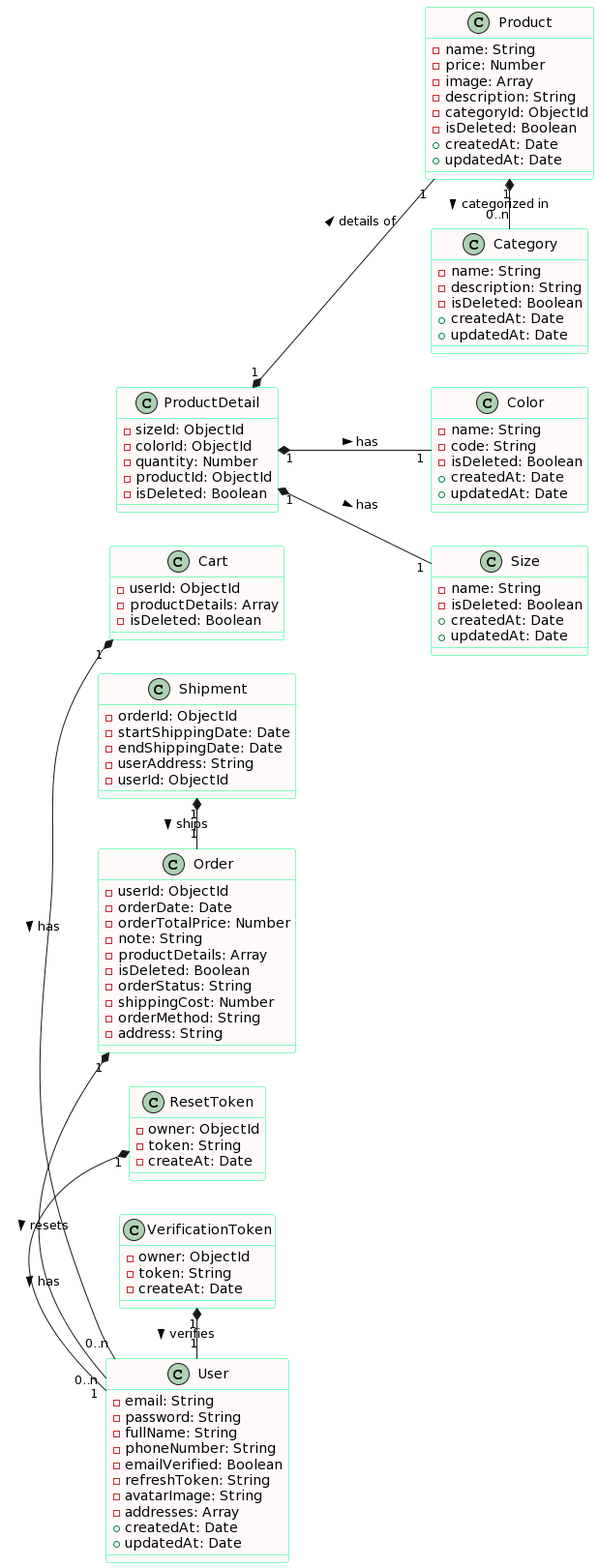
The PlantUML diagram Lab1/Lab1_2/ClassDiagrams/class_diagram.png in PhuocTri0106and1608/SE357-Pratice-class, before a commit. The source it was exported from:
```plantuml
@startuml
left to right direction

class Cart {
    -userId: ObjectId
    -productDetails: Array
    -isDeleted: Boolean
}

class Category {
    -name: String
    -description: String
    -isDeleted: Boolean
    +createdAt: Date
    +updatedAt: Date
}

class Color {
    -name: String
    -code: String
    -isDeleted: Boolean
    +createdAt: Date
    +updatedAt: Date
}

class Order {
    -userId: ObjectId
    -orderDate: Date
    -orderTotalPrice: Number
    -note: String
    -productDetails: Array
    -isDeleted: Boolean
    -orderStatus: String
    -shippingCost: Number
    -orderMethod: String
    -address: String
}

class Product {
    -name: String
    -price: Number
    -image: Array
    -description: String
    -categoryId: ObjectId
    -isDeleted: Boolean
    +createdAt: Date
    +updatedAt: Date
}

class ProductDetail {
    -sizeId: ObjectId
    -colorId: ObjectId
    -quantity: Number
    -productId: ObjectId
    -isDeleted: Boolean
}

class ResetToken {
    -owner: ObjectId
    -token: String
    -createAt: Date
}

class Shipment {
    -orderId: ObjectId
    -startShippingDate: Date
    -endShippingDate: Date
    -userAddress: String
    -userId: ObjectId
}

class Size {
    -name: String
    -isDeleted: Boolean
    +createdAt: Date
    +updatedAt: Date
}

class User {
    -email: String
    -password: String
    -fullName: String
    -phoneNumber: String
    -emailVerified: Boolean
    -refreshToken: String
    -avatarImage: String
    -addresses: Array
    +createdAt: Date
    +updatedAt: Date
}

class VerificationToken {
    -owner: ObjectId
    -token: String
    -createAt: Date
}

Cart "1" *- "0..n" User : has >
Order "1" *- "0..n" User : has >
Product "1" *- "0..n" Category : categorized in >
ProductDetail "1" *-- "1" Product : details of >
ProductDetail "1" *-- "1" Size : has >
ProductDetail "1" *-- "1" Color : has >
Shipment "1" *- "1" Order : ships >
ResetToken "1" *- "1" User : resets >
VerificationToken "1" *- "1" User : verifies >

skinparam class {
    BackgroundColor Snow
    ArrowColor Olive
    BorderColor SpringGreen
}
@enduml
```
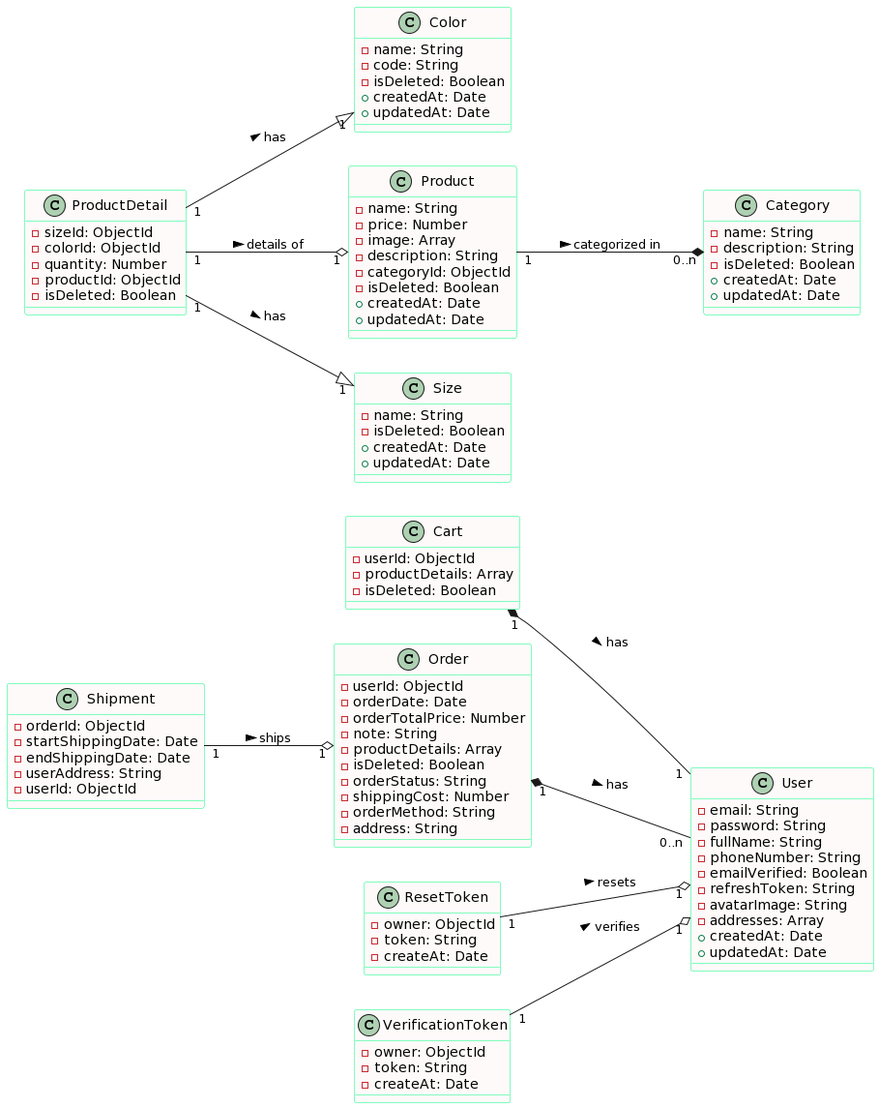
The same diagram one commit later.

Commit message:
update class diagram

What changed in the source:
```diff
@@ -95,15 +95,15 @@
     -createAt: Date
 }
 
-Cart "1" *- "0..n" User : has >
-Order "1" *- "0..n" User : has >
-Product "1" *- "0..n" Category : categorized in >
-ProductDetail "1" *-- "1" Product : details of >
-ProductDetail "1" *-- "1" Size : has >
-ProductDetail "1" *-- "1" Color : has >
-Shipment "1" *- "1" Order : ships >
-ResetToken "1" *- "1" User : resets >
-VerificationToken "1" *- "1" User : verifies >
+Cart "1" *-- "1" User : has >
+Order "1" *-- "0..n" User : has >
+Product "1" --* "0..n" Category : categorized in >
+ProductDetail "1" --o "1" Product : details of >
+ProductDetail "1" --|> "1" Size : has >
+ProductDetail "1" --|> "1" Color : has >
+Shipment "1" --o "1" Order : ships >
+ResetToken "1" --o "1" User : resets >
+VerificationToken "1" --o "1" User : verifies >
 
 skinparam class {
     BackgroundColor Snow
```
